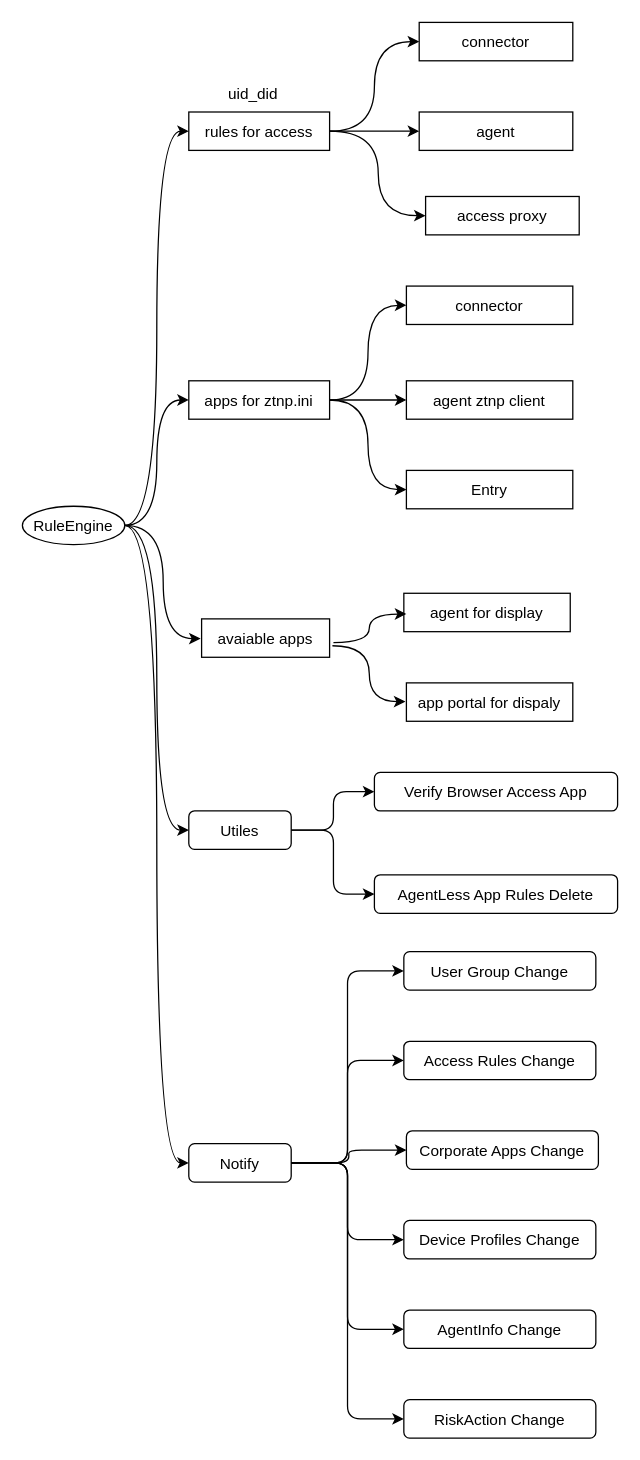
yubowen0525/ImageStorage keeps this draw.io diagram as ruleEngine.drawio. Above is the earlier version. Source tidied: cells renumbered, new cells numbered last; positions are measured from the earlier drawing's top-left corner, leaving out a move shared by most shapes. Both pictures are drawn from the tidied source at 128%, with x=0, y=0 at pixel (22, 22).
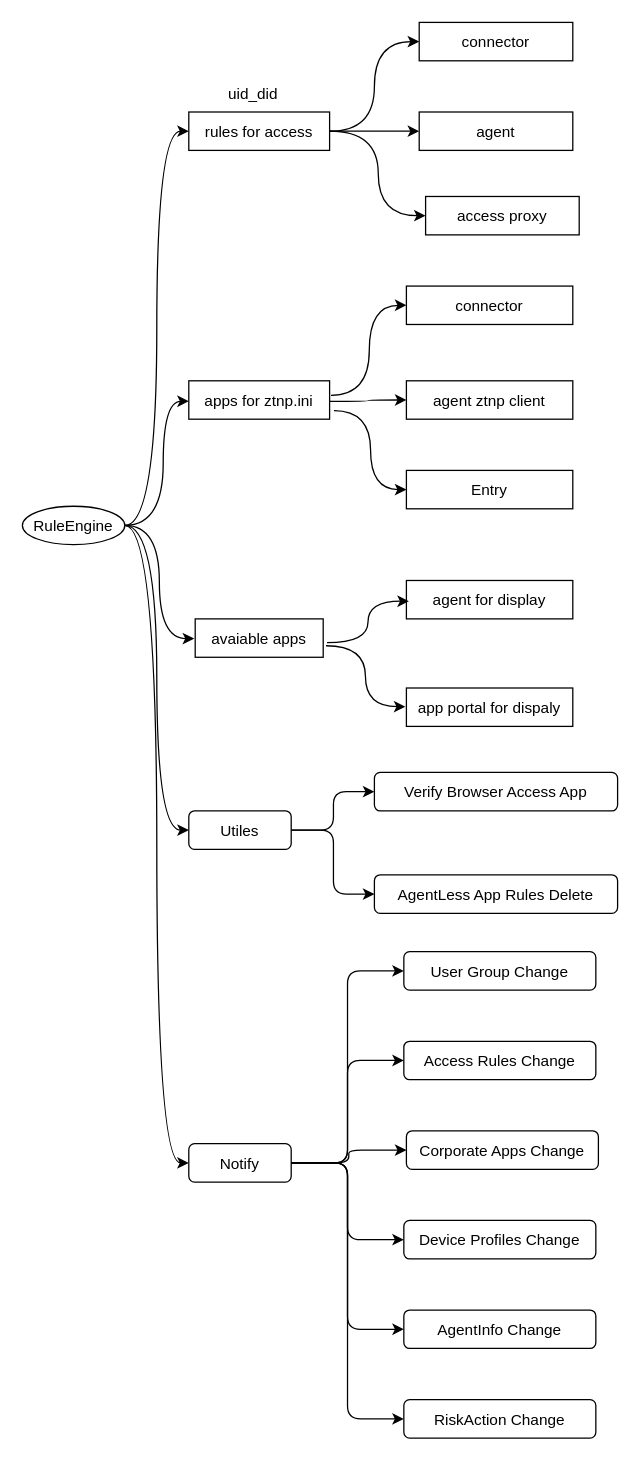
The same diagram, later.

The change refers to these unchanged cells:
```xml
<mxCell id="2" value="RuleEngine" style="ellipse;" parent="1" vertex="1">
  <mxGeometry y="378" width="80" height="30" as="geometry" />
</mxCell>
<mxCell id="5" value="apps for ztnp.ini" parent="1" vertex="1">
  <mxGeometry x="130" y="280" width="110" height="30" as="geometry" />
</mxCell>
<mxCell id="15" value="connector" parent="1" vertex="1">
  <mxGeometry x="300" y="206" width="130" height="30" as="geometry" />
</mxCell>
<mxCell id="17" value="agent ztnp client" parent="1" vertex="1">
  <mxGeometry x="300" y="280" width="130" height="30" as="geometry" />
</mxCell>
<mxCell id="19" value="Entry" parent="1" vertex="1">
  <mxGeometry x="300" y="350" width="130" height="30" as="geometry" />
</mxCell>
```

Change to the diagram source:
```diff
@@
-    <mxCell id="6" style="edgeStyle=elbowEdgeStyle;elbow=horizontal;curved=1;" parent="1" edge="1" source="2" target="5">
-      <mxGeometry relative="1" as="geometry" />
+    <mxCell id="6" style="edgeStyle=elbowEdgeStyle;elbow=horizontal;curved=1;" parent="1" edge="1" source="2">
+      <mxGeometry relative="1" as="geometry">
+        <mxPoint x="130" y="296" as="targetPoint" />
+        <Array as="points">
+          <mxPoint x="110" y="296" />
+          <mxPoint x="240" y="366" />
+        </Array>
+      </mxGeometry>
     </mxCell>
     <mxCell id="7" value="avaiable apps" parent="1" vertex="1">
-      <mxGeometry x="140" y="466" width="100" height="30" as="geometry" />
+      <mxGeometry x="135" y="466" width="100" height="30" as="geometry" />
     </mxCell>
@@
-    <mxCell id="16" style="edgeStyle=elbowEdgeStyle;elbow=horizontal;curved=1;" parent="1" edge="1" source="5" target="15">
+    <mxCell id="16" style="edgeStyle=elbowEdgeStyle;elbow=horizontal;curved=1;exitX=1.01;exitY=0.379;exitDx=0;exitDy=0;exitPerimeter=0;" parent="1" edge="1" source="5" target="15">
       <mxGeometry relative="1" as="geometry" />
     </mxCell>
@@
-    <mxCell id="18" style="edgeStyle=elbowEdgeStyle;elbow=horizontal;curved=1;" parent="1" edge="1" source="5" target="17">
-      <mxGeometry relative="1" as="geometry" />
+    <mxCell id="18" style="edgeStyle=elbowEdgeStyle;elbow=horizontal;curved=1;" parent="1" edge="1" target="17">
+      <mxGeometry relative="1" as="geometry">
+        <mxPoint x="240" y="296" as="sourcePoint" />
+      </mxGeometry>
     </mxCell>
@@
-    <mxCell id="20" style="edgeStyle=elbowEdgeStyle;elbow=horizontal;curved=1;" parent="1" edge="1" source="5" target="19">
+    <mxCell id="20" style="edgeStyle=elbowEdgeStyle;elbow=horizontal;curved=1;exitX=1.031;exitY=0.775;exitDx=0;exitDy=0;exitPerimeter=0;" parent="1" edge="1" source="5" target="19">
       <mxGeometry relative="1" as="geometry" />
     </mxCell>
@@
     <mxCell id="23" value="agent for display" parent="1" vertex="1">
-      <mxGeometry x="298" y="446" width="130" height="30" as="geometry" />
+      <mxGeometry x="300" y="436" width="130" height="30" as="geometry" />
     </mxCell>
@@
     <mxCell id="25" value="app portal for dispaly" parent="1" vertex="1">
-      <mxGeometry x="300" y="516" width="130" height="30" as="geometry" />
+      <mxGeometry x="300" y="520" width="130" height="30" as="geometry" />
     </mxCell>
```
